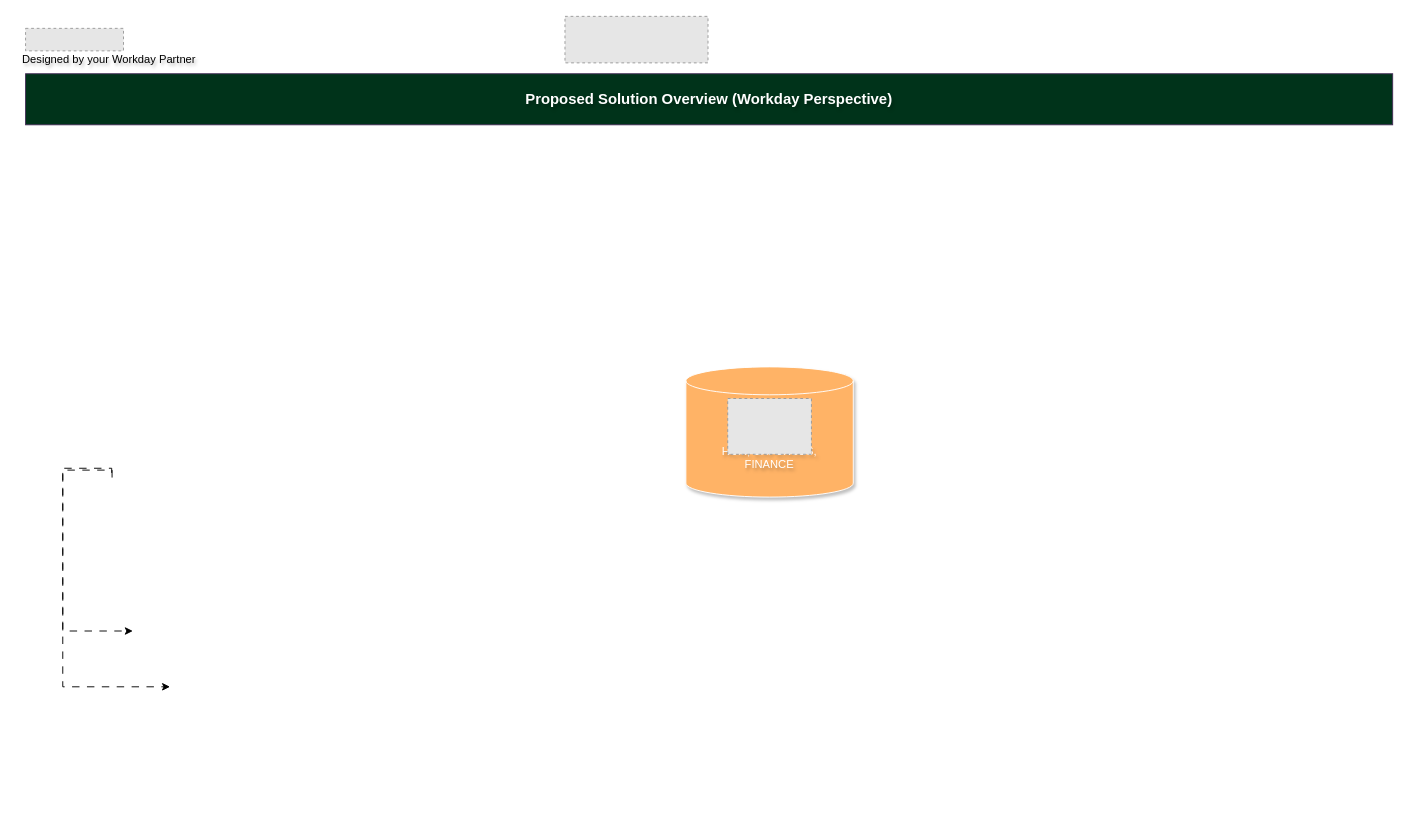
The draw.io diagram HelloFresh.drawio in sandyaroma/sandyaroma, before the edit. Source tidied: cells renumbered, new cells numbered last; positions are measured from the earlier drawing's top-left corner, leaving out a move shared by most shapes. Both pictures are drawn from the tidied source at 93%, with x=0, y=0 at pixel (16, 16). Pictures stored in the file or linked from it are replaced by grey dashed boxes.
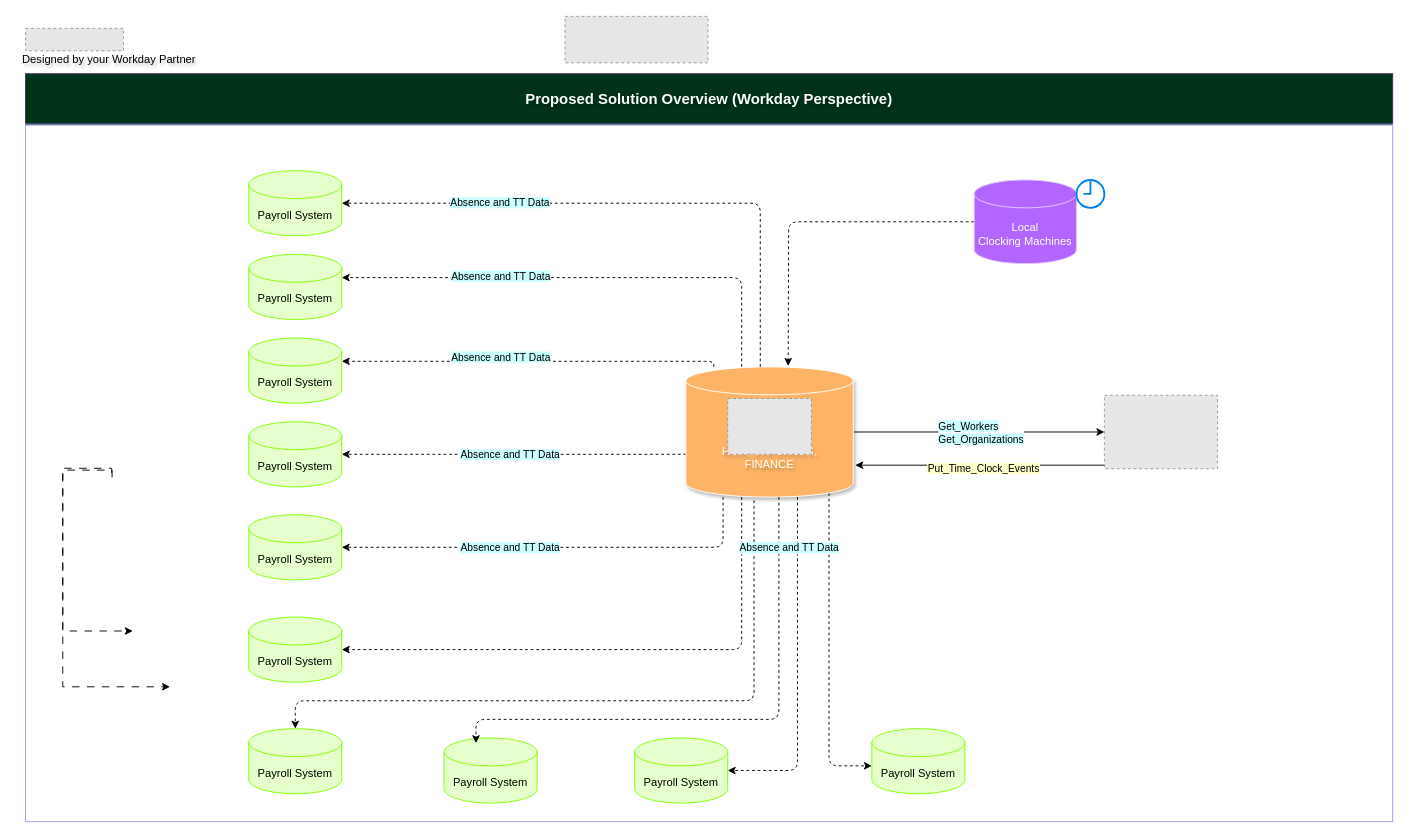
The same diagram, later.

The change refers to these unchanged cells:
```xml
<mxCell id="5" value="&lt;div&gt;&lt;font color=&quot;#ffffff&quot;&gt;&lt;br&gt;&lt;/font&gt;&lt;/div&gt;&lt;div&gt;&lt;font color=&quot;#ffffff&quot;&gt;&lt;br&gt;&lt;/font&gt;&lt;/div&gt;&lt;div&gt;&lt;font color=&quot;#ffffff&quot;&gt;&lt;span style=&quot;background-color: initial;&quot;&gt;HCM, EXPENSES,&lt;/span&gt;&lt;/font&gt;&lt;/div&gt;&lt;div&gt;&lt;font color=&quot;#ffffff&quot;&gt;&lt;span style=&quot;background-color: initial;&quot;&gt;FINANCE&lt;/span&gt;&lt;/font&gt;&lt;/div&gt;" style="shape=cylinder3;whiteSpace=wrap;html=1;boundedLbl=1;backgroundOutline=1;size=15;fillColor=#FFB366;strokeColor=#FFFFFF;shadow=1;textShadow=1;" parent="1" vertex="1">
  <mxGeometry x="720" y="377" width="180" height="140" as="geometry" />
</mxCell>
```

The edit, as a diff of the source:
```diff
@@
+    <mxCell id="12" style="edgeStyle=orthogonalEdgeStyle;rounded=1;jettySize=auto;html=1;entryX=1;entryY=0.5;entryDx=0;entryDy=0;entryPerimeter=0;curved=0;dashed=1;" parent="1" edge="1" target="21">
+      <mxGeometry relative="1" as="geometry">
+        <mxPoint x="730" y="457" as="sourcePoint" />
+        <Array as="points">
+          <mxPoint x="730" y="458" />
+          <mxPoint x="760" y="458" />
+          <mxPoint x="760" y="471" />
+        </Array>
+      </mxGeometry>
+    </mxCell>
@@
+    <mxCell id="13" style="edgeStyle=orthogonalEdgeStyle;rounded=1;jettySize=auto;html=1;curved=0;dashed=1;exitX=0.855;exitY=1;exitDx=0;exitDy=-4.35;exitPerimeter=0;" parent="1" edge="1" source="5" target="27">
+      <mxGeometry relative="1" as="geometry">
+        <Array as="points">
+          <mxPoint x="874" y="806" />
+        </Array>
+      </mxGeometry>
+    </mxCell>
+    <mxCell id="14" style="edgeStyle=orthogonalEdgeStyle;rounded=1;jettySize=auto;html=1;curved=0;dashed=1;exitX=0.407;exitY=1.025;exitDx=0;exitDy=0;exitPerimeter=0;" parent="1" edge="1" source="5" target="24">
+      <mxGeometry relative="1" as="geometry">
+        <Array as="points">
+          <mxPoint x="793" y="736" />
+          <mxPoint x="300" y="736" />
+        </Array>
+      </mxGeometry>
+    </mxCell>
+    <mxCell id="15" style="edgeStyle=orthogonalEdgeStyle;rounded=1;jettySize=auto;html=1;curved=0;dashed=1;" parent="1" edge="1" source="5" target="26">
+      <mxGeometry relative="1" as="geometry">
+        <Array as="points">
+          <mxPoint x="840" y="811" />
+        </Array>
+      </mxGeometry>
+    </mxCell>
+    <mxCell id="16" style="edgeStyle=orthogonalEdgeStyle;rounded=0;jettySize=auto;html=1;" parent="1" edge="1" source="5" target="35">
+      <mxGeometry relative="1" as="geometry" />
+    </mxCell>
+    <mxCell id="17" value="&lt;span style=&quot;background-color: rgb(204, 255, 255);&quot;&gt;Get_Workers&lt;/span&gt;&lt;div&gt;&lt;span style=&quot;background-color: rgb(204, 255, 255);&quot;&gt;Get_Organizations&lt;/span&gt;&lt;/div&gt;" style="edgeLabel;html=1;align=left;verticalAlign=middle;" parent="16" vertex="1">
+      <mxGeometry x="-0.33" relative="1" as="geometry" />
+    </mxCell>
@@
+    <mxCell id="18" value="Payroll System" style="shape=cylinder3;whiteSpace=wrap;html=1;boundedLbl=1;backgroundOutline=1;size=15;fillColor=#E6FFCC;strokeColor=#80FF00;" parent="1" vertex="1">
+      <mxGeometry x="250" y="166" width="100" height="70" as="geometry" />
+    </mxCell>
+    <mxCell id="19" value="Payroll System" style="shape=cylinder3;whiteSpace=wrap;html=1;boundedLbl=1;backgroundOutline=1;size=15;fillColor=#E6FFCC;strokeColor=#80FF00;" parent="1" vertex="1">
+      <mxGeometry x="250" y="256" width="100" height="70" as="geometry" />
+    </mxCell>
+    <mxCell id="20" value="Payroll System" style="shape=cylinder3;whiteSpace=wrap;html=1;boundedLbl=1;backgroundOutline=1;size=15;fillColor=#E6FFCC;strokeColor=#80FF00;" parent="1" vertex="1">
+      <mxGeometry x="250" y="346" width="100" height="70" as="geometry" />
+    </mxCell>
+    <mxCell id="21" value="Payroll System" style="shape=cylinder3;whiteSpace=wrap;html=1;boundedLbl=1;backgroundOutline=1;size=15;fillColor=#E6FFCC;strokeColor=#80FF00;" parent="1" vertex="1">
+      <mxGeometry x="250" y="436" width="100" height="70" as="geometry" />
+    </mxCell>
+    <mxCell id="22" value="Payroll System" style="shape=cylinder3;whiteSpace=wrap;html=1;boundedLbl=1;backgroundOutline=1;size=15;fillColor=#E6FFCC;strokeColor=#80FF00;" parent="1" vertex="1">
+      <mxGeometry x="250" y="536" width="100" height="70" as="geometry" />
+    </mxCell>
+    <mxCell id="23" value="Payroll System" style="shape=cylinder3;whiteSpace=wrap;html=1;boundedLbl=1;backgroundOutline=1;size=15;fillColor=#E6FFCC;strokeColor=#80FF00;" parent="1" vertex="1">
+      <mxGeometry x="250" y="646" width="100" height="70" as="geometry" />
+    </mxCell>
+    <mxCell id="24" value="Payroll System" style="shape=cylinder3;whiteSpace=wrap;html=1;boundedLbl=1;backgroundOutline=1;size=15;fillColor=#E6FFCC;strokeColor=#80FF00;" parent="1" vertex="1">
+      <mxGeometry x="250" y="766" width="100" height="70" as="geometry" />
+    </mxCell>
+    <mxCell id="25" value="Payroll System" style="shape=cylinder3;whiteSpace=wrap;html=1;boundedLbl=1;backgroundOutline=1;size=15;fillColor=#E6FFCC;strokeColor=#80FF00;" parent="1" vertex="1">
+      <mxGeometry x="460" y="776" width="100" height="70" as="geometry" />
+    </mxCell>
+    <mxCell id="26" value="Payroll System" style="shape=cylinder3;whiteSpace=wrap;html=1;boundedLbl=1;backgroundOutline=1;size=15;fillColor=#E6FFCC;strokeColor=#80FF00;" parent="1" vertex="1">
+      <mxGeometry x="665" y="776" width="100" height="70" as="geometry" />
+    </mxCell>
+    <mxCell id="27" value="Payroll System" style="shape=cylinder3;whiteSpace=wrap;html=1;boundedLbl=1;backgroundOutline=1;size=15;fillColor=#E6FFCC;strokeColor=#80FF00;" parent="1" vertex="1">
+      <mxGeometry x="920" y="766" width="100" height="70" as="geometry" />
+    </mxCell>
+    <mxCell id="28" style="edgeStyle=orthogonalEdgeStyle;rounded=1;jettySize=auto;html=1;entryX=1;entryY=0.5;entryDx=0;entryDy=0;entryPerimeter=0;curved=0;dashed=1;" parent="1" edge="1" source="5" target="18">
+      <mxGeometry relative="1" as="geometry">
+        <Array as="points">
+          <mxPoint x="800" y="201" />
+        </Array>
+      </mxGeometry>
+    </mxCell>
+    <mxCell id="29" value="&lt;span style=&quot;background-color: rgb(204, 255, 255);&quot;&gt;Absence and TT Data&lt;/span&gt;" style="edgeLabel;html=1;align=center;verticalAlign=middle;" parent="28" vertex="1">
+      <mxGeometry x="0.46" y="-1" relative="1" as="geometry" />
+    </mxCell>
+    <mxCell id="30" style="edgeStyle=orthogonalEdgeStyle;rounded=1;jettySize=auto;html=1;entryX=1;entryY=0;entryDx=0;entryDy=25;entryPerimeter=0;curved=0;dashed=1;" parent="1" edge="1" source="5" target="19">
+      <mxGeometry relative="1" as="geometry">
+        <Array as="points">
+          <mxPoint x="780" y="281" />
+        </Array>
+      </mxGeometry>
+    </mxCell>
+    <mxCell id="31" style="edgeStyle=orthogonalEdgeStyle;rounded=1;jettySize=auto;html=1;entryX=1;entryY=0.5;entryDx=0;entryDy=0;entryPerimeter=0;curved=0;dashed=1;" parent="1" edge="1" source="5" target="22">
+      <mxGeometry relative="1" as="geometry">
+        <Array as="points">
+          <mxPoint x="760" y="571" />
+        </Array>
+      </mxGeometry>
+    </mxCell>
+    <mxCell id="32" style="edgeStyle=orthogonalEdgeStyle;rounded=1;jettySize=auto;html=1;entryX=1;entryY=0.5;entryDx=0;entryDy=0;entryPerimeter=0;dashed=1;curved=0;" parent="1" edge="1" source="5" target="23">
+      <mxGeometry relative="1" as="geometry">
+        <Array as="points">
+          <mxPoint x="780" y="681" />
+        </Array>
+      </mxGeometry>
+    </mxCell>
+    <mxCell id="33" style="edgeStyle=orthogonalEdgeStyle;rounded=1;jettySize=auto;html=1;entryX=0.343;entryY=0.08;entryDx=0;entryDy=0;entryPerimeter=0;curved=0;dashed=1;" parent="1" edge="1" source="5" target="25">
+      <mxGeometry relative="1" as="geometry">
+        <Array as="points">
+          <mxPoint x="820" y="756" />
+          <mxPoint x="494" y="756" />
+        </Array>
+      </mxGeometry>
+    </mxCell>
+    <mxCell id="34" style="edgeStyle=orthogonalEdgeStyle;rounded=1;jettySize=auto;html=1;entryX=1;entryY=0;entryDx=0;entryDy=25;entryPerimeter=0;curved=0;dashed=1;" parent="1" edge="1" source="5" target="20">
+      <mxGeometry relative="1" as="geometry">
+        <Array as="points">
+          <mxPoint x="750" y="371" />
+        </Array>
+      </mxGeometry>
+    </mxCell>
+    <mxCell id="35" style="fillColor=#E6E6E6;strokeColor=#999999;dashed=1;verticalLabelPosition=bottom;labelBackgroundColor=default;verticalAlign=top;" parent="1" vertex="1">
+      <mxGeometry x="1170" y="407.5" width="121.7" height="79" as="geometry" />
+    </mxCell>
+    <mxCell id="36" style="edgeStyle=orthogonalEdgeStyle;rounded=0;jettySize=auto;html=1;entryX=1.012;entryY=0.755;entryDx=0;entryDy=0;entryPerimeter=0;" parent="1" edge="1" source="35" target="5">
+      <mxGeometry relative="1" as="geometry">
+        <Array as="points">
+          <mxPoint x="1170" y="483" />
+          <mxPoint x="1170" y="483" />
+        </Array>
+      </mxGeometry>
+    </mxCell>
+    <mxCell id="37" value="&lt;span style=&quot;background-color: rgb(255, 255, 204);&quot;&gt;Put_Time_Clock_Events&lt;/span&gt;" style="edgeLabel;html=1;align=center;verticalAlign=middle;" parent="36" vertex="1">
+      <mxGeometry x="-0.07" y="1" relative="1" as="geometry">
+        <mxPoint x="-6" y="3" as="offset" />
+      </mxGeometry>
+    </mxCell>
+    <mxCell id="38" value="&lt;span style=&quot;background-color: rgb(204, 255, 255);&quot;&gt;Absence and TT Data&lt;/span&gt;" style="edgeLabel;html=1;align=center;verticalAlign=middle;" parent="1" vertex="1">
+      <mxGeometry x="520" y="279" as="geometry" />
+    </mxCell>
+    <mxCell id="39" value="&lt;span style=&quot;background-color: rgb(204, 255, 255);&quot;&gt;Absence and TT Data&lt;/span&gt;" style="edgeLabel;html=1;align=center;verticalAlign=middle;" parent="1" vertex="1">
+      <mxGeometry x="520" y="366" as="geometry" />
+    </mxCell>
+    <mxCell id="40" value="&lt;span style=&quot;background-color: rgb(204, 255, 255);&quot;&gt;Absence and TT Data&lt;/span&gt;" style="edgeLabel;html=1;align=center;verticalAlign=middle;" parent="1" vertex="1">
+      <mxGeometry x="530" y="471" as="geometry" />
+    </mxCell>
+    <mxCell id="41" value="&lt;span style=&quot;background-color: rgb(204, 255, 255);&quot;&gt;Absence and TT Data&lt;/span&gt;" style="edgeLabel;html=1;align=center;verticalAlign=middle;" parent="1" vertex="1">
+      <mxGeometry x="530" y="571" as="geometry" />
+    </mxCell>
+    <mxCell id="42" value="&lt;span style=&quot;background-color: rgb(204, 255, 255);&quot;&gt;Absence and TT Data&lt;/span&gt;" style="edgeLabel;html=1;align=center;verticalAlign=middle;" parent="1" vertex="1">
+      <mxGeometry x="830" y="571" as="geometry" />
+    </mxCell>
+    <mxCell id="43" style="edgeStyle=orthogonalEdgeStyle;rounded=1;jettySize=auto;html=1;curved=0;dashed=1;" parent="1" edge="1" source="44">
+      <mxGeometry relative="1" as="geometry">
+        <mxPoint x="830" y="376" as="targetPoint" />
+      </mxGeometry>
+    </mxCell>
+    <mxCell id="44" value="&lt;font color=&quot;#ffffff&quot;&gt;Local&lt;/font&gt;&lt;div&gt;&lt;font color=&quot;#ffffff&quot;&gt;Clocking Machines&lt;/font&gt;&lt;/div&gt;" style="shape=cylinder3;whiteSpace=wrap;html=1;boundedLbl=1;backgroundOutline=1;size=15;fillColor=#B266FF;strokeColor=#E5CCFF;" parent="1" vertex="1">
+      <mxGeometry x="1030" y="176" width="110" height="90" as="geometry" />
+    </mxCell>
+    <mxCell id="45" style="html=1;verticalLabelPosition=bottom;align=center;labelBackgroundColor=#ffffff;verticalAlign=top;strokeWidth=2;strokeColor=#0080F0;shadow=0;dashed=0;shape=mxgraph.ios7.icons.clock;" parent="1" vertex="1">
+      <mxGeometry x="1140" y="176" width="30" height="30" as="geometry" />
+    </mxCell>
+    <mxCell id="46" style="rounded=0;whiteSpace=wrap;html=1;fillColor=none;strokeColor=#9999FF;" parent="1" vertex="1">
+      <mxGeometry x="10" y="116" width="1470" height="750" as="geometry" />
+    </mxCell>
```
